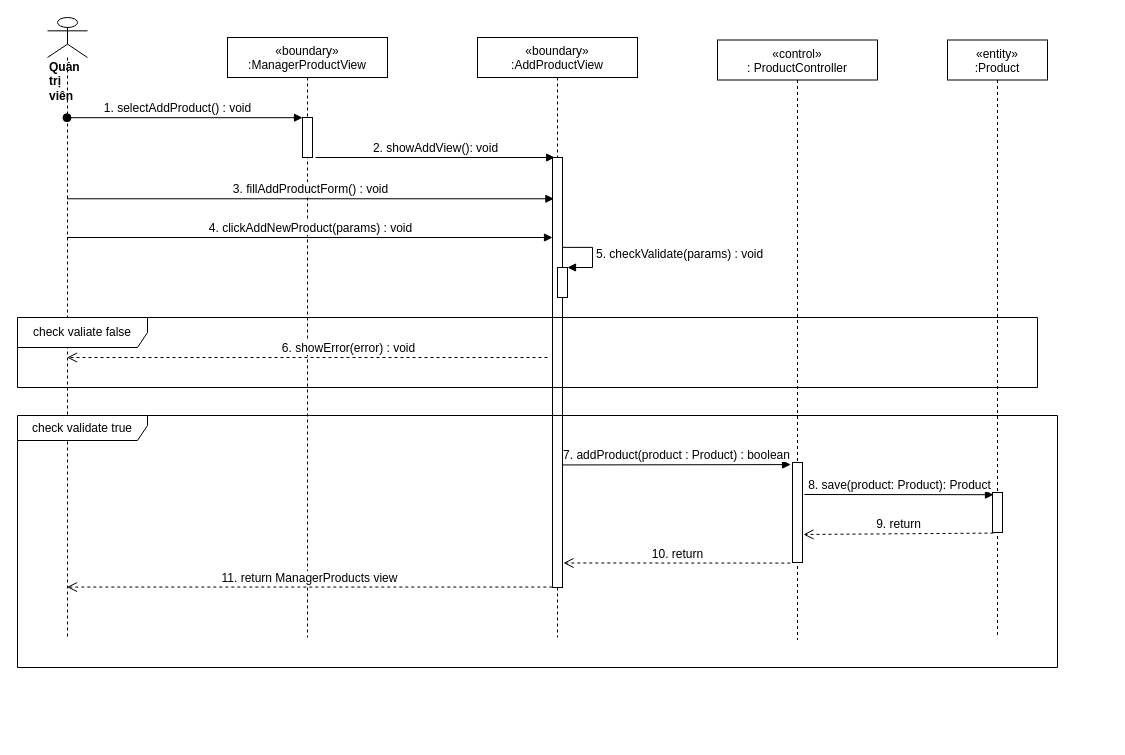
nguyenphamvan/datn_20202 keeps this draw.io diagram as sequence diagram/add-newProduct-sequence.drawio. Above is the earlier version. Source tidied: cells renumbered, new cells numbered last; positions are measured from the earlier drawing's top-left corner, leaving out a move shared by most shapes. Both pictures are drawn from the tidied source at 100%, with x=0, y=0 at pixel (17, 17).
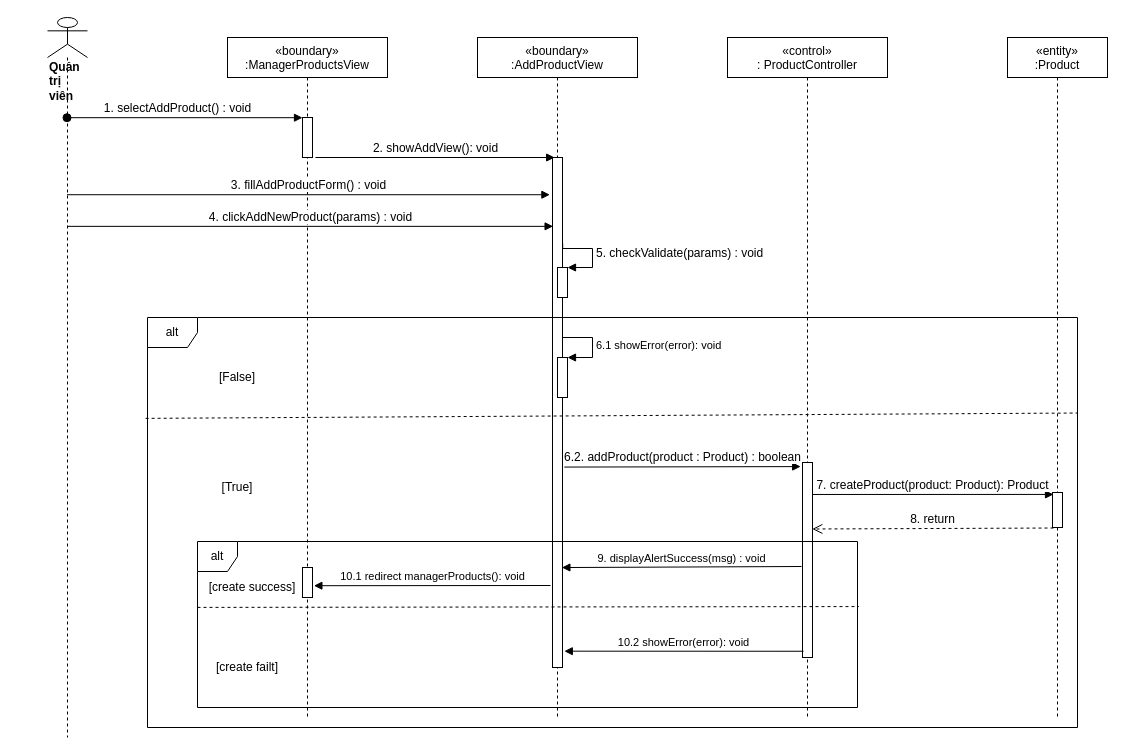
The same page after the edit.

Unchanged cells that the change refers to:
```xml
<mxCell id="18" style="html=1;points=[];perimeter=orthogonalPerimeter;" parent="1" vertex="1">
  <mxGeometry x="540" y="250" width="10" height="30" as="geometry" />
</mxCell>
```

The edit, as a diff of the source:
```diff
@@
-    <mxCell id="2" value="«boundary»&#10;:ManagerProductView" style="shape=umlLifeline;perimeter=lifelinePerimeter;rounded=0;shadow=0;strokeWidth=1;" parent="1" vertex="1">
-      <mxGeometry x="210" y="20" width="160" height="600" as="geometry" />
+    <mxCell id="2" value="«boundary»&#10;:ManagerProductsView" style="shape=umlLifeline;perimeter=lifelinePerimeter;rounded=0;shadow=0;strokeWidth=1;" parent="1" vertex="1">
+      <mxGeometry x="210" y="20" width="160" height="680" as="geometry" />
     </mxCell>
@@
     <mxCell id="4" value="«control»&#10;: ProductController" style="shape=umlLifeline;perimeter=lifelinePerimeter;rounded=0;shadow=0;strokeWidth=1;" parent="1" vertex="1">
-      <mxGeometry x="700" y="22.5" width="160" height="600" as="geometry" />
+      <mxGeometry x="710" y="20" width="160" height="680" as="geometry" />
     </mxCell>
     <mxCell id="5" value="&lt;div&gt;&lt;b&gt;Quản trị viên&lt;/b&gt;&lt;/div&gt;" style="shape=umlLifeline;participant=umlActor;perimeter=lifelinePerimeter;whiteSpace=wrap;html=1;verticalAlign=top;spacingTop=36;outlineConnect=0;align=left;size=40;" parent="1" vertex="1">
-      <mxGeometry x="30" width="40" height="620" as="geometry" />
+      <mxGeometry x="30" width="40" height="720" as="geometry" />
     </mxCell>
@@
     <mxCell id="7" value="«entity»&#10;:Product" style="shape=umlLifeline;perimeter=lifelinePerimeter;rounded=0;shadow=0;strokeWidth=1;" parent="1" vertex="1">
-      <mxGeometry x="930" y="22.5" width="100" height="595" as="geometry" />
+      <mxGeometry x="990" y="20" width="100" height="680" as="geometry" />
     </mxCell>
     <mxCell id="8" style="points=[];perimeter=orthogonalPerimeter;rounded=0;shadow=0;strokeWidth=1;" parent="7" vertex="1">
-      <mxGeometry x="45" y="452.5" width="10" height="40" as="geometry" />
+      <mxGeometry x="45" y="455" width="10" height="35" as="geometry" />
     </mxCell>
-    <mxCell id="9" value="&lt;font style=&quot;font-size: 12px&quot;&gt;8. save(product: Product): Product&lt;/font&gt;" style="html=1;verticalAlign=bottom;endArrow=block;entryX=0.1;entryY=0.055;entryDx=0;entryDy=0;entryPerimeter=0;exitX=1.2;exitY=0.32;exitDx=0;exitDy=0;exitPerimeter=0;" parent="1" edge="1" source="13" target="8">
+    <mxCell id="9" value="&lt;font style=&quot;font-size: 12px&quot;&gt;7. createProduct(product: Product): Product&lt;/font&gt;" style="html=1;verticalAlign=bottom;endArrow=block;entryX=0.1;entryY=0.055;entryDx=0;entryDy=0;entryPerimeter=0;exitX=0.9;exitY=0.164;exitDx=0;exitDy=0;exitPerimeter=0;" parent="1" edge="1" source="13" target="8">
       <mxGeometry relative="1" as="geometry" />
     </mxCell>
-    <mxCell id="10" value="&lt;font style=&quot;font-size: 12px&quot;&gt;9. return&lt;/font&gt;" style="html=1;verticalAlign=bottom;endArrow=open;dashed=1;endSize=8;exitX=0.1;exitY=1.015;exitDx=0;exitDy=0;exitPerimeter=0;entryX=1.1;entryY=0.72;entryDx=0;entryDy=0;entryPerimeter=0;" parent="1" edge="1" source="8" target="13">
+    <mxCell id="10" value="&lt;font style=&quot;font-size: 12px&quot;&gt;8. return&lt;/font&gt;" style="html=1;verticalAlign=bottom;endArrow=open;dashed=1;endSize=8;exitX=0.1;exitY=1.015;exitDx=0;exitDy=0;exitPerimeter=0;entryX=0.98;entryY=0.341;entryDx=0;entryDy=0;entryPerimeter=0;" parent="1" edge="1" source="8" target="13">
       <mxGeometry relative="1" as="geometry" />
     </mxCell>
-    <mxCell id="11" value="&lt;font style=&quot;font-size: 12px&quot;&gt;3. fillAddProductForm() : void&lt;/font&gt;" style="html=1;verticalAlign=bottom;endArrow=block;entryX=0.14;entryY=0.096;entryDx=0;entryDy=0;entryPerimeter=0;" parent="1" edge="1" source="5" target="16">
+    <mxCell id="11" value="&lt;font style=&quot;font-size: 12px&quot;&gt;3. fillAddProductForm() : void&lt;/font&gt;" style="html=1;verticalAlign=bottom;endArrow=block;entryX=-0.26;entryY=0.073;entryDx=0;entryDy=0;entryPerimeter=0;" parent="1" edge="1" source="5" target="16">
       <mxGeometry relative="1" as="geometry" />
     </mxCell>
-    <mxCell id="12" value="&lt;font style=&quot;font-size: 12px&quot;&gt;4. clickAddNewProduct(params) : void&lt;/font&gt;" style="html=1;verticalAlign=bottom;endArrow=block;" parent="1" edge="1" source="5">
-      <mxGeometry relative="1" as="geometry">
-        <mxPoint x="535" y="220" as="targetPoint" />
-      </mxGeometry>
+    <mxCell id="12" value="&lt;font style=&quot;font-size: 12px&quot;&gt;4. clickAddNewProduct(params) : void&lt;/font&gt;" style="html=1;verticalAlign=bottom;endArrow=block;entryX=0.06;entryY=0.135;entryDx=0;entryDy=0;entryPerimeter=0;" parent="1" edge="1" source="5" target="16">
+      <mxGeometry relative="1" as="geometry" />
     </mxCell>
     <mxCell id="13" style="points=[];perimeter=orthogonalPerimeter;rounded=0;shadow=0;strokeWidth=1;" parent="1" vertex="1">
-      <mxGeometry x="775" y="445" width="10" height="100" as="geometry" />
+      <mxGeometry x="785" y="445" width="10" height="195" as="geometry" />
     </mxCell>
-    <mxCell id="14" value="&lt;font style=&quot;font-size: 12px&quot;&gt;7. addProduct(product : Product) : boolean&lt;/font&gt;" style="html=1;verticalAlign=bottom;endArrow=block;entryX=-0.18;entryY=0.021;entryDx=0;entryDy=0;entryPerimeter=0;exitX=1.02;exitY=0.715;exitDx=0;exitDy=0;exitPerimeter=0;" parent="1" edge="1" source="16" target="13">
+    <mxCell id="14" value="&lt;font style=&quot;font-size: 12px&quot;&gt;6.2. addProduct(product : Product) : boolean&lt;/font&gt;" style="html=1;verticalAlign=bottom;endArrow=block;entryX=-0.18;entryY=0.021;entryDx=0;entryDy=0;entryPerimeter=0;exitX=1.18;exitY=0.607;exitDx=0;exitDy=0;exitPerimeter=0;" parent="1" edge="1" source="16" target="13">
       <mxGeometry relative="1" as="geometry" />
     </mxCell>
     <mxCell id="15" value="«boundary»&#10;:AddProductView" style="shape=umlLifeline;perimeter=lifelinePerimeter;rounded=0;shadow=0;strokeWidth=1;" parent="1" vertex="1">
-      <mxGeometry x="460" y="20" width="160" height="600" as="geometry" />
+      <mxGeometry x="460" y="20" width="160" height="680" as="geometry" />
     </mxCell>
     <mxCell id="16" style="points=[];perimeter=orthogonalPerimeter;rounded=0;shadow=0;strokeWidth=1;" parent="15" vertex="1">
-      <mxGeometry x="75" y="120" width="10" height="430" as="geometry" />
+      <mxGeometry x="75" y="120" width="10" height="510" as="geometry" />
     </mxCell>
@@
-    <mxCell id="19" value="&lt;font style=&quot;font-size: 12px&quot;&gt;5. checkValidate(params) : void&lt;/font&gt;" style="edgeStyle=orthogonalEdgeStyle;html=1;align=left;spacingLeft=2;endArrow=block;rounded=0;entryX=1;entryY=0;exitX=1.02;exitY=0.209;exitDx=0;exitDy=0;exitPerimeter=0;" parent="1" edge="1" source="16" target="18">
+    <mxCell id="19" value="&lt;font style=&quot;font-size: 12px&quot;&gt;5. checkValidate(params) : void&lt;/font&gt;" style="edgeStyle=orthogonalEdgeStyle;html=1;align=left;spacingLeft=2;endArrow=block;rounded=0;entryX=1;entryY=0;exitX=1.02;exitY=0.168;exitDx=0;exitDy=0;exitPerimeter=0;" parent="1" edge="1" source="16" target="18">
       <mxGeometry relative="1" as="geometry">
         <Array as="points">
-          <mxPoint x="575" y="230" />
+          <mxPoint x="575" y="231" />
           <mxPoint x="575" y="250" />
         </Array>
       </mxGeometry>
     </mxCell>
-    <mxCell id="20" value="&lt;font style=&quot;font-size: 12px&quot;&gt;6. showError(error) : void&lt;/font&gt;" style="html=1;verticalAlign=bottom;endArrow=open;dashed=1;endSize=8;" parent="1" edge="1" target="5">
-      <mxGeometry x="-0.17" relative="1" as="geometry">
-        <mxPoint x="530" y="340" as="sourcePoint" />
-      </mxGeometry>
-    </mxCell>
-    <mxCell id="21" value="check valiate false" style="shape=umlFrame;whiteSpace=wrap;html=1;width=130;height=30;" parent="1" vertex="1">
-      <mxGeometry y="300" width="1020" height="70" as="geometry" />
+    <mxCell id="21" value="alt" style="shape=umlFrame;whiteSpace=wrap;html=1;width=50;height=30;" parent="1" vertex="1">
+      <mxGeometry x="130" y="300" width="930" height="410" as="geometry" />
     </mxCell>
-    <mxCell id="22" value="&lt;font style=&quot;font-size: 12px&quot;&gt;11. return ManagerProducts view&lt;/font&gt;" style="html=1;verticalAlign=bottom;endArrow=open;dashed=1;endSize=8;exitX=-0.02;exitY=0.999;exitDx=0;exitDy=0;exitPerimeter=0;" parent="1" edge="1" source="16" target="5">
-      <mxGeometry relative="1" as="geometry" />
-    </mxCell>
+    <mxCell id="24" value="alt" style="shape=umlFrame;whiteSpace=wrap;html=1;width=40;height=30;" parent="1" vertex="1">
+      <mxGeometry x="180" y="524" width="660" height="166" as="geometry" />
+    </mxCell>
+    <mxCell id="25" style="html=1;points=[];perimeter=orthogonalPerimeter;" parent="1" vertex="1">
+      <mxGeometry x="540" y="340" width="10" height="40" as="geometry" />
+    </mxCell>
+    <mxCell id="26" value="&lt;span style=&quot;text-align: center&quot;&gt;6.1 showError(error): void&lt;/span&gt;" style="edgeStyle=orthogonalEdgeStyle;html=1;align=left;spacingLeft=2;endArrow=block;rounded=0;entryX=1;entryY=0;" parent="1" edge="1" target="25">
+      <mxGeometry relative="1" as="geometry">
+        <mxPoint x="545" y="320" as="sourcePoint" />
+        <Array as="points">
+          <mxPoint x="575" y="320" />
+        </Array>
+      </mxGeometry>
+    </mxCell>
+    <mxCell id="27" value="9. displayAlertSuccess(msg) : void" style="html=1;verticalAlign=bottom;endArrow=block;entryX=0.94;entryY=0.804;entryDx=0;entryDy=0;entryPerimeter=0;" parent="1" edge="1" target="16">
+      <mxGeometry relative="1" as="geometry">
+        <mxPoint x="784" y="549" as="sourcePoint" />
+      </mxGeometry>
+    </mxCell>
+    <mxCell id="28" style="html=1;points=[];perimeter=orthogonalPerimeter;" parent="1" vertex="1">
+      <mxGeometry x="285" y="550" width="10" height="30" as="geometry" />
+    </mxCell>
+    <mxCell id="29" value="10.1 redirect managerProducts(): void" style="html=1;verticalAlign=bottom;endArrow=block;entryX=1.14;entryY=0.607;entryDx=0;entryDy=0;entryPerimeter=0;" parent="1" edge="1" target="28">
+      <mxGeometry relative="1" as="geometry">
+        <mxPoint x="533" y="568" as="sourcePoint" />
+      </mxGeometry>
+    </mxCell>
+    <mxCell id="30" style="endArrow=none;dashed=1;html=1;exitX=-0.002;exitY=0.246;exitDx=0;exitDy=0;exitPerimeter=0;entryX=1;entryY=0.233;entryDx=0;entryDy=0;entryPerimeter=0;" parent="1" edge="1" source="21" target="21">
+      <mxGeometry relative="1" as="geometry" />
+    </mxCell>
+    <mxCell id="31" style="endArrow=none;dashed=1;html=1;exitX=0;exitY=0.397;exitDx=0;exitDy=0;exitPerimeter=0;entryX=1.002;entryY=0.392;entryDx=0;entryDy=0;entryPerimeter=0;" parent="1" edge="1" source="24" target="24">
+      <mxGeometry relative="1" as="geometry" />
+    </mxCell>
+    <mxCell id="32" value="[False]" style="text;html=1;strokeColor=none;fillColor=none;align=center;verticalAlign=middle;whiteSpace=wrap;rounded=0;" parent="1" vertex="1">
+      <mxGeometry x="200" y="350" width="40" height="20" as="geometry" />
+    </mxCell>
+    <mxCell id="33" value="[True]" style="text;html=1;strokeColor=none;fillColor=none;align=center;verticalAlign=middle;whiteSpace=wrap;rounded=0;" parent="1" vertex="1">
+      <mxGeometry x="200" y="460" width="40" height="20" as="geometry" />
+    </mxCell>
+    <mxCell id="34" value="[create success]" style="text;html=1;strokeColor=none;fillColor=none;align=center;verticalAlign=middle;whiteSpace=wrap;rounded=0;" parent="1" vertex="1">
+      <mxGeometry x="190" y="560" width="90" height="20" as="geometry" />
+    </mxCell>
+    <mxCell id="35" value="[create failt]" style="text;html=1;strokeColor=none;fillColor=none;align=center;verticalAlign=middle;whiteSpace=wrap;rounded=0;" parent="1" vertex="1">
+      <mxGeometry x="190" y="640" width="80" height="20" as="geometry" />
+    </mxCell>
-    <mxCell id="23" value="&lt;font style=&quot;font-size: 12px&quot;&gt;10. return&lt;/font&gt;" style="html=1;verticalAlign=bottom;endArrow=open;dashed=1;endSize=8;exitX=-0.22;exitY=1.006;exitDx=0;exitDy=0;exitPerimeter=0;entryX=1.1;entryY=0.943;entryDx=0;entryDy=0;entryPerimeter=0;" parent="1" edge="1" source="13" target="16">
+    <mxCell id="23" value="10.2 showError(error): void" style="html=1;verticalAlign=bottom;endArrow=block;exitX=0.1;exitY=0.968;exitDx=0;exitDy=0;exitPerimeter=0;entryX=1.18;entryY=0.968;entryDx=0;entryDy=0;entryPerimeter=0;" parent="1" edge="1" source="13" target="16">
       <mxGeometry relative="1" as="geometry" />
     </mxCell>
-    <mxCell id="24" value="check validate true" style="shape=umlFrame;whiteSpace=wrap;html=1;width=130;height=25;" parent="1" vertex="1">
-      <mxGeometry y="398" width="1040" height="252" as="geometry" />
-    </mxCell>
```
